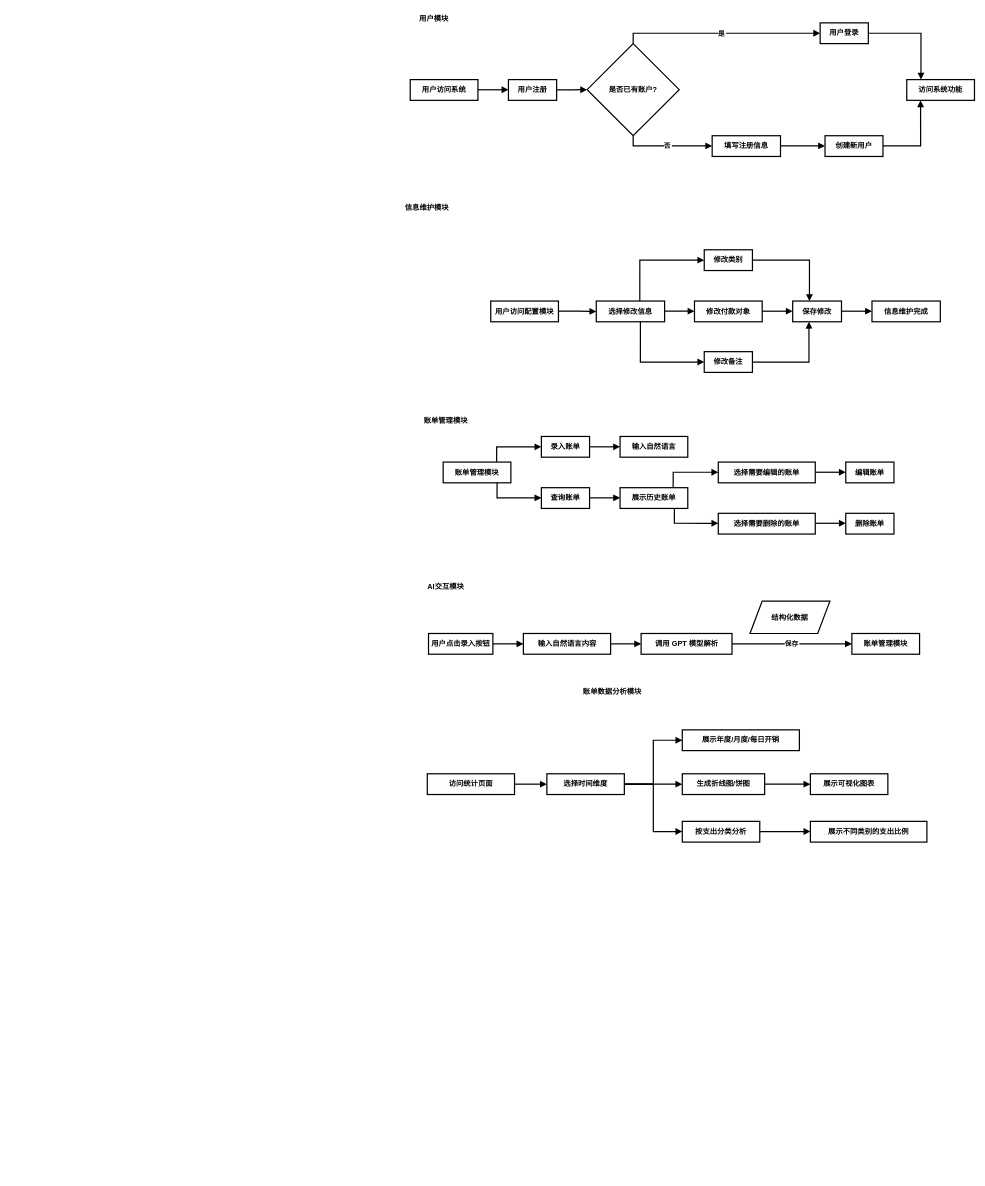
Earlier version of the draw.io diagram page "流程图" (7 of 9) of ai记账系统.drawio (Amos-Pan-lei/diagram-repo). Source tidied: cells renumbered, new cells numbered last; positions are measured from the earlier drawing's top-left corner, leaving out a move shared by most shapes. Both pictures are drawn from the tidied source at 61%, with x=0, y=0 at pixel (399, 10).
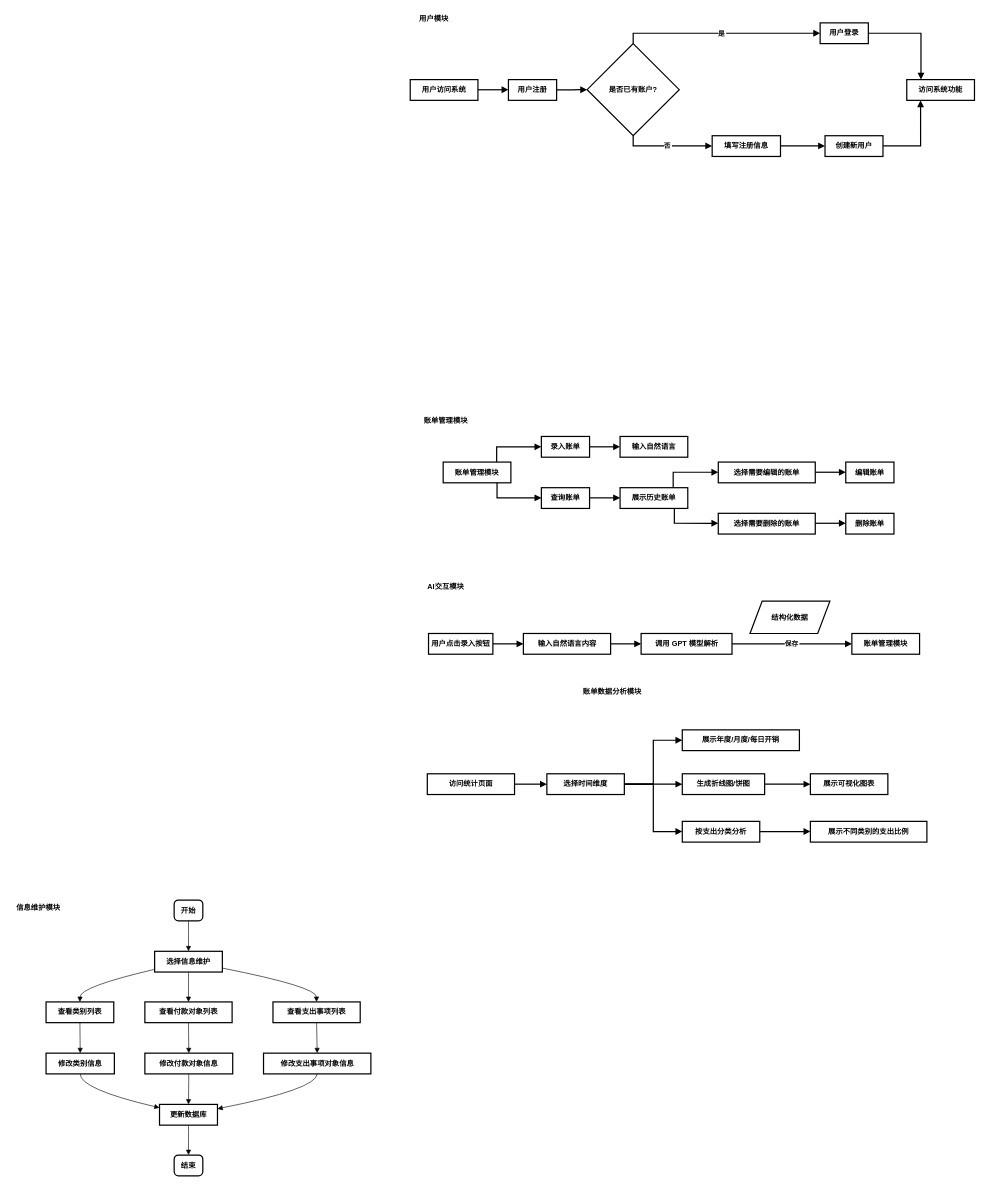
The same page after the edit.

Commit message:
更新ai记账系统.drawio

Diff of the diagram source:
```diff
@@
-    <mxCell id="17" value="用户访问配置模块" style="whiteSpace=wrap;strokeWidth=2;fontStyle=1;" parent="1" vertex="1">
-      <mxGeometry x="150" y="476" width="111" height="34" as="geometry" />
-    </mxCell>
-    <mxCell id="18" value="选择修改信息" style="whiteSpace=wrap;strokeWidth=2;fontStyle=1;" parent="1" vertex="1">
-      <mxGeometry x="323" y="476" width="112" height="34" as="geometry" />
-    </mxCell>
-    <mxCell id="19" value="修改类别" style="whiteSpace=wrap;strokeWidth=2;fontStyle=1;" parent="1" vertex="1">
-      <mxGeometry x="500" y="392" width="79" height="34" as="geometry" />
-    </mxCell>
-    <mxCell id="20" value="修改付款对象" style="whiteSpace=wrap;strokeWidth=2;fontStyle=1;" parent="1" vertex="1">
-      <mxGeometry x="484" y="476" width="111" height="34" as="geometry" />
-    </mxCell>
-    <mxCell id="21" value="修改备注" style="whiteSpace=wrap;strokeWidth=2;fontStyle=1;" parent="1" vertex="1">
-      <mxGeometry x="500" y="559" width="79" height="34" as="geometry" />
-    </mxCell>
-    <mxCell id="22" value="保存修改" style="whiteSpace=wrap;strokeWidth=2;fontStyle=1;" parent="1" vertex="1">
-      <mxGeometry x="645" y="476" width="80" height="34" as="geometry" />
-    </mxCell>
-    <mxCell id="23" value="信息维护完成" style="whiteSpace=wrap;strokeWidth=2;fontStyle=1;" parent="1" vertex="1">
-      <mxGeometry x="775" y="476" width="112" height="34" as="geometry" />
-    </mxCell>
-    <mxCell id="24" style="startArrow=none;endArrow=block;exitX=1;exitY=0.49;entryX=0;entryY=0.5;rounded=0;fontStyle=1;edgeStyle=orthogonalEdgeStyle;strokeWidth=2;entryDx=0;entryDy=0;" parent="1" edge="1" source="17" target="18">
-      <mxGeometry relative="1" as="geometry" />
-    </mxCell>
-    <mxCell id="25" style="startArrow=none;endArrow=block;exitX=0.64;exitY=-0.01;entryX=0;entryY=0.5;rounded=0;fontStyle=1;edgeStyle=orthogonalEdgeStyle;strokeWidth=2;" parent="1" edge="1" source="18" target="19">
-      <mxGeometry relative="1" as="geometry" />
-    </mxCell>
-    <mxCell id="26" style="startArrow=none;endArrow=block;exitX=0.99;exitY=0.49;entryX=0;entryY=0.49;rounded=0;fontStyle=1;edgeStyle=orthogonalEdgeStyle;strokeWidth=2;" parent="1" edge="1" source="18" target="20">
-      <mxGeometry relative="1" as="geometry" />
-    </mxCell>
-    <mxCell id="27" style="startArrow=none;endArrow=block;exitX=0.64;exitY=0.98;entryX=0;entryY=0.5;rounded=0;fontStyle=1;edgeStyle=orthogonalEdgeStyle;strokeWidth=2;" parent="1" edge="1" source="18" target="21">
-      <mxGeometry relative="1" as="geometry" />
-    </mxCell>
-    <mxCell id="28" style="startArrow=none;endArrow=block;exitX=1;exitY=0.5;entryX=0.34;entryY=-0.01;rounded=0;fontStyle=1;edgeStyle=orthogonalEdgeStyle;strokeWidth=2;" parent="1" edge="1" source="19" target="22">
-      <mxGeometry relative="1" as="geometry" />
-    </mxCell>
-    <mxCell id="29" style="startArrow=none;endArrow=block;exitX=1;exitY=0.49;entryX=0;entryY=0.49;rounded=0;fontStyle=1;edgeStyle=orthogonalEdgeStyle;strokeWidth=2;" parent="1" edge="1" source="20" target="22">
-      <mxGeometry relative="1" as="geometry" />
-    </mxCell>
-    <mxCell id="30" style="startArrow=none;endArrow=block;exitX=1;exitY=0.5;entryX=0.34;entryY=0.98;rounded=0;fontStyle=1;edgeStyle=orthogonalEdgeStyle;strokeWidth=2;" parent="1" edge="1" source="21" target="22">
-      <mxGeometry relative="1" as="geometry" />
-    </mxCell>
-    <mxCell id="31" style="startArrow=none;endArrow=block;exitX=1;exitY=0.49;entryX=0;entryY=0.49;rounded=0;fontStyle=1;edgeStyle=orthogonalEdgeStyle;strokeWidth=2;" parent="1" edge="1" source="22" target="23">
-      <mxGeometry relative="1" as="geometry" />
-    </mxCell>
     <mxCell id="32" value="信息维护模块" style="text;html=1;align=center;verticalAlign=middle;strokeColor=none;fillColor=none;fontStyle=1;strokeWidth=2;" parent="1" vertex="1">
-      <mxGeometry y="311" width="90" height="26" as="geometry" />
+      <mxGeometry x="-637" y="1458" width="90" height="26" as="geometry" />
     </mxCell>
@@
+    <mxCell id="74" value="开始" style="rounded=1;absoluteArcSize=1;arcSize=14;whiteSpace=wrap;strokeWidth=2;fontStyle=1;" parent="1" vertex="1">
+      <mxGeometry x="-369" y="1458" width="47" height="34" as="geometry" />
+    </mxCell>
+    <mxCell id="75" value="选择信息维护" style="whiteSpace=wrap;strokeWidth=2;fontStyle=1;" parent="1" vertex="1">
+      <mxGeometry x="-401" y="1542" width="111" height="34" as="geometry" />
+    </mxCell>
+    <mxCell id="76" value="查看类别列表" style="whiteSpace=wrap;strokeWidth=2;fontStyle=1;" parent="1" vertex="1">
+      <mxGeometry x="-579" y="1625" width="111" height="34" as="geometry" />
+    </mxCell>
+    <mxCell id="77" value="修改类别信息" style="whiteSpace=wrap;strokeWidth=2;fontStyle=1;" parent="1" vertex="1">
+      <mxGeometry x="-579" y="1709" width="112" height="34" as="geometry" />
+    </mxCell>
+    <mxCell id="78" value="更新数据库" style="whiteSpace=wrap;strokeWidth=2;fontStyle=1;" parent="1" vertex="1">
+      <mxGeometry x="-393" y="1793" width="95" height="34" as="geometry" />
+    </mxCell>
+    <mxCell id="79" value="结束" style="rounded=1;absoluteArcSize=1;arcSize=14;whiteSpace=wrap;strokeWidth=2;fontStyle=1;" parent="1" vertex="1">
+      <mxGeometry x="-369" y="1876" width="47" height="34" as="geometry" />
+    </mxCell>
+    <mxCell id="80" value="查看付款对象列表" style="whiteSpace=wrap;strokeWidth=2;fontStyle=1;" parent="1" vertex="1">
+      <mxGeometry x="-417" y="1625" width="143" height="34" as="geometry" />
+    </mxCell>
+    <mxCell id="81" value="修改付款对象信息" style="whiteSpace=wrap;strokeWidth=2;fontStyle=1;" parent="1" vertex="1">
+      <mxGeometry x="-417" y="1709" width="144" height="34" as="geometry" />
+    </mxCell>
+    <mxCell id="82" value="查看支出事项列表" style="whiteSpace=wrap;strokeWidth=2;fontStyle=1;" parent="1" vertex="1">
+      <mxGeometry x="-207" y="1625" width="143" height="34" as="geometry" />
+    </mxCell>
+    <mxCell id="83" value="修改支出事项对象信息" style="whiteSpace=wrap;strokeWidth=2;fontStyle=1;" parent="1" vertex="1">
+      <mxGeometry x="-222.5" y="1709" width="176" height="34" as="geometry" />
+    </mxCell>
+    <mxCell id="84" style="curved=1;startArrow=none;endArrow=block;exitX=0.5;exitY=0.99;entryX=0.5;entryY=-0.01;rounded=0;fontStyle=1;" parent="1" edge="1" source="74" target="75">
+      <mxGeometry relative="1" as="geometry" />
+    </mxCell>
+    <mxCell id="85" style="curved=1;startArrow=none;endArrow=block;exitX=0;exitY=0.87;entryX=0.5;entryY=0.01;rounded=0;fontStyle=1;" parent="1" edge="1" source="75" target="76">
+      <mxGeometry relative="1" as="geometry">
+        <Array as="points">
+          <mxPoint x="-523" y="1600" />
+        </Array>
+      </mxGeometry>
+    </mxCell>
+    <mxCell id="86" style="curved=1;startArrow=none;endArrow=block;exitX=0.5;exitY=1;entryX=0.5;entryY=0;rounded=0;fontStyle=1;" parent="1" edge="1" source="76" target="77">
+      <mxGeometry relative="1" as="geometry" />
+    </mxCell>
+    <mxCell id="87" style="curved=1;startArrow=none;endArrow=block;exitX=0.5;exitY=0.99;entryX=0;entryY=0.16;rounded=0;fontStyle=1;" parent="1" edge="1" source="77" target="78">
+      <mxGeometry relative="1" as="geometry">
+        <Array as="points">
+          <mxPoint x="-523" y="1768" />
+        </Array>
+      </mxGeometry>
+    </mxCell>
+    <mxCell id="88" style="curved=1;startArrow=none;endArrow=block;exitX=0.5;exitY=0.98;entryX=0.5;entryY=0.01;rounded=0;fontStyle=1;" parent="1" edge="1" source="78" target="79">
+      <mxGeometry relative="1" as="geometry" />
+    </mxCell>
+    <mxCell id="89" style="curved=1;startArrow=none;endArrow=block;exitX=0.5;exitY=0.98;entryX=0.5;entryY=0.01;rounded=0;fontStyle=1;" parent="1" edge="1" source="75" target="80">
+      <mxGeometry relative="1" as="geometry" />
+    </mxCell>
+    <mxCell id="90" style="curved=1;startArrow=none;endArrow=block;exitX=0.5;exitY=1;entryX=0.5;entryY=0;rounded=0;fontStyle=1;" parent="1" edge="1" source="80" target="81">
+      <mxGeometry relative="1" as="geometry" />
+    </mxCell>
+    <mxCell id="91" style="curved=1;startArrow=none;endArrow=block;exitX=0.5;exitY=0.99;entryX=0.5;entryY=-0.01;rounded=0;fontStyle=1;" parent="1" edge="1" source="81" target="78">
+      <mxGeometry relative="1" as="geometry" />
+    </mxCell>
+    <mxCell id="92" style="curved=1;startArrow=none;endArrow=block;exitX=1;exitY=0.81;entryX=0.5;entryY=0.01;rounded=0;fontStyle=1;" parent="1" edge="1" source="75" target="82">
+      <mxGeometry relative="1" as="geometry">
+        <Array as="points">
+          <mxPoint x="-136" y="1600" />
+        </Array>
+      </mxGeometry>
+    </mxCell>
+    <mxCell id="93" style="curved=1;startArrow=none;endArrow=block;exitX=0.5;exitY=1;entryX=0.5;entryY=0;rounded=0;fontStyle=1;" parent="1" edge="1" source="82" target="83">
+      <mxGeometry relative="1" as="geometry" />
+    </mxCell>
+    <mxCell id="94" style="curved=1;startArrow=none;endArrow=block;exitX=0.5;exitY=0.99;entryX=1;entryY=0.21;rounded=0;fontStyle=1;" parent="1" edge="1" source="83" target="78">
+      <mxGeometry relative="1" as="geometry">
+        <Array as="points">
+          <mxPoint x="-136" y="1768" />
+        </Array>
+      </mxGeometry>
+    </mxCell>
```
